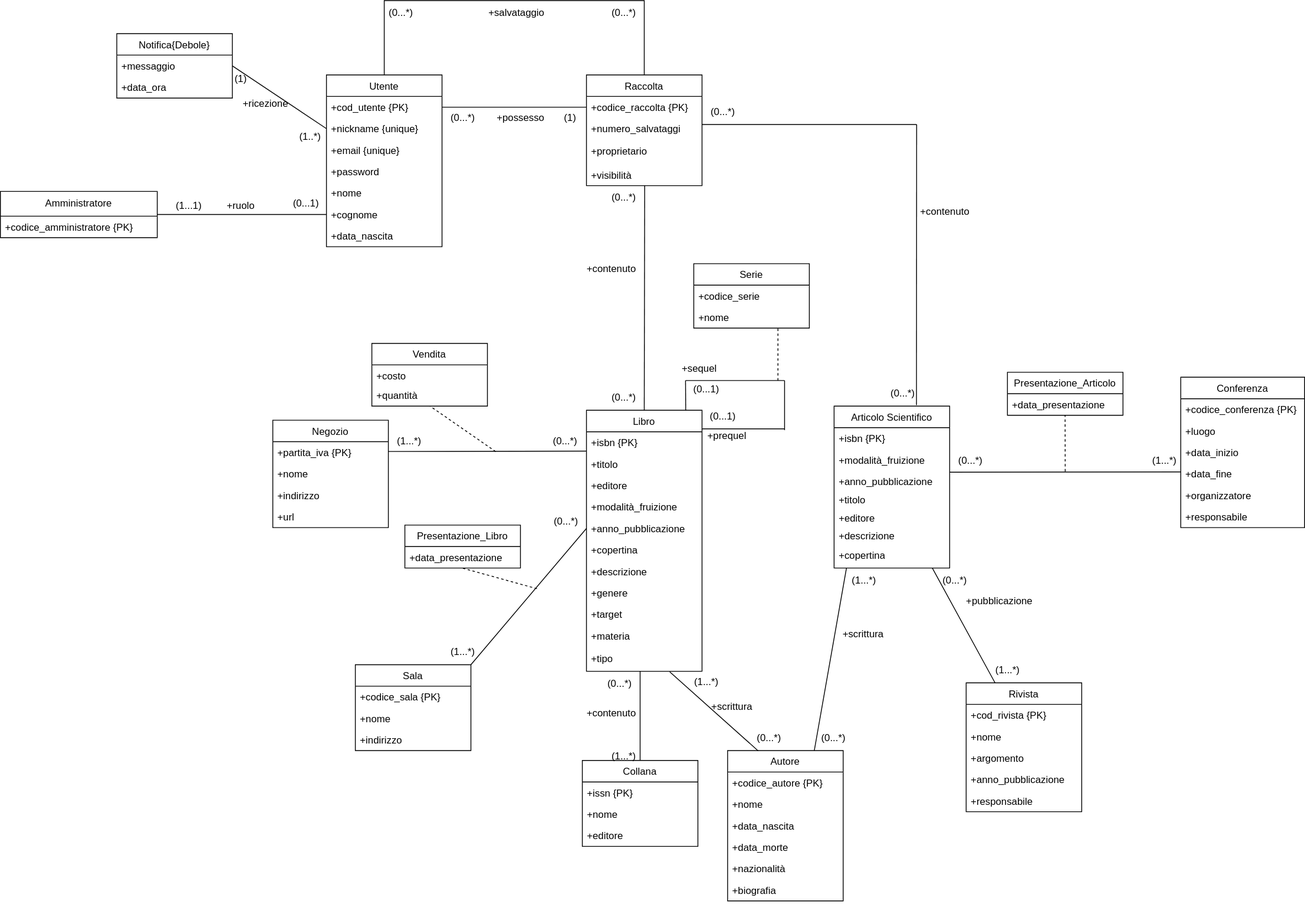
Before: progettazione_concettuale/Modello_Concettuale_Ristrutturato.drawio.svg, a diagram exported from draw.io (m3tt0/Progetto_OB_BASI). Source tidied: cells renumbered, new cells last; positions are measured from the earlier drawing's top-left corner, leaving out a move shared by most shapes.
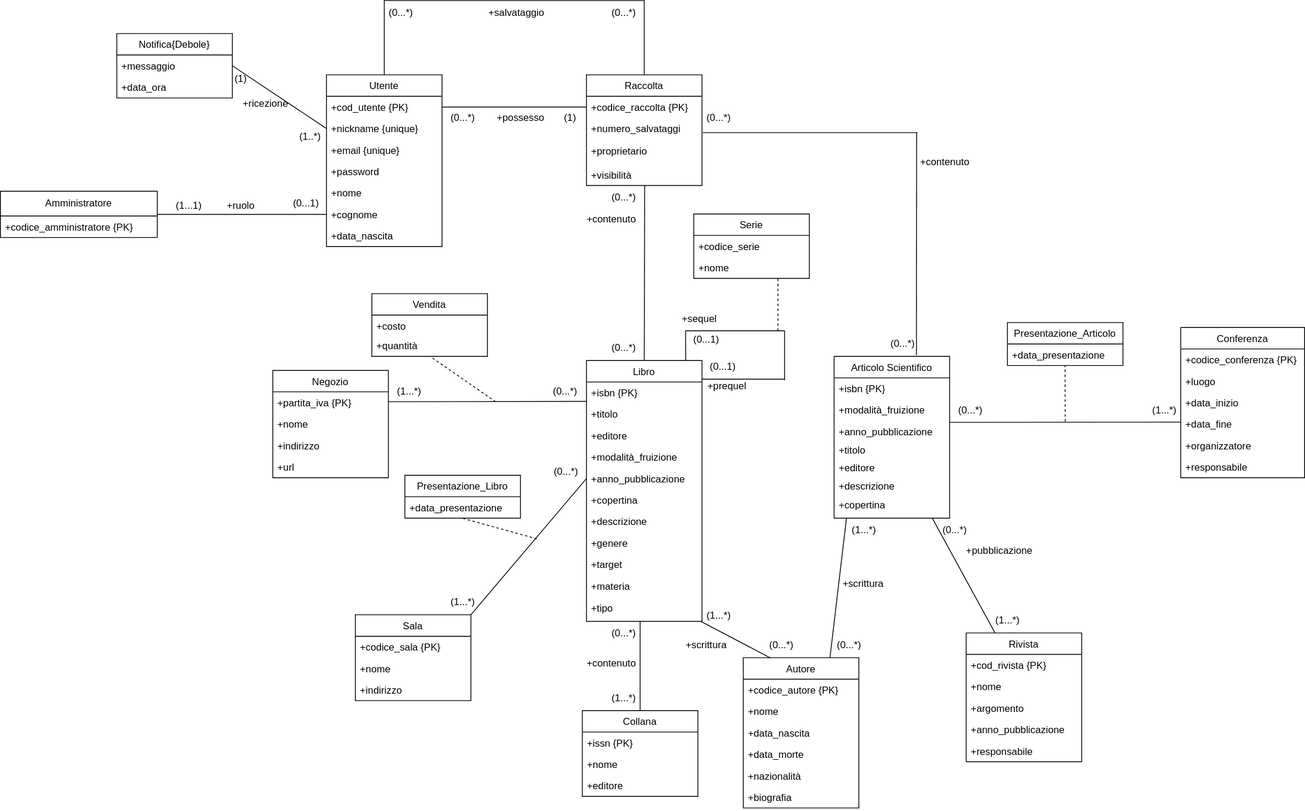
After the commit.

The edit, as a diff of the source:
```diff
@@ -84,7 +84,7 @@
       <mxGeometry y="166" width="140" height="30" as="geometry" />
     </mxCell>
     <mxCell id="29" value="Autore" style="swimlane;fontStyle=0;horizontal=1;startSize=26;fillColor=none;" parent="1" vertex="1">
-      <mxGeometry x="881" y="908" width="140" height="182" as="geometry" />
+      <mxGeometry x="900" y="856" width="140" height="182" as="geometry" />
     </mxCell>
     <mxCell id="30" value="+codice_autore {PK}" style="text;strokeColor=none;fillColor=none;align=left;verticalAlign=top;spacingLeft=4;spacingRight=4;overflow=hidden;fontStyle=0;" parent="29" vertex="1">
       <mxGeometry y="26" width="140" height="26" as="geometry" />
@@ -104,10 +104,8 @@
     <mxCell id="35" value="+biografia" style="text;strokeColor=none;fillColor=none;align=left;verticalAlign=top;spacingLeft=4;spacingRight=4;overflow=hidden;" parent="29" vertex="1">
       <mxGeometry y="156" width="140" height="26" as="geometry" />
     </mxCell>
-    <mxCell id="36" style="endArrow=none;html=1;rounded=0;entryX=0.25;entryY=1.01;entryDx=0;entryDy=0;exitX=0.756;exitY=1.022;exitDx=0;exitDy=0;entryPerimeter=0;exitPerimeter=0;" parent="1" edge="1" target="53">
-      <mxGeometry relative="1" as="geometry">
-        <mxPoint x="810.8" y="812.6" as="sourcePoint" />
-      </mxGeometry>
+    <mxCell id="36" style="endArrow=none;html=1;rounded=0;entryX=0.25;entryY=1.01;entryDx=0;entryDy=0;exitX=0.988;exitY=0.994;exitDx=0;exitDy=0;entryPerimeter=0;exitPerimeter=0;" parent="1" edge="1" source="13" target="53">
+      <mxGeometry relative="1" as="geometry" />
     </mxCell>
     <mxCell id="37" style="endArrow=none;html=1;rounded=0;entryX=0.75;entryY=0;entryDx=0;entryDy=0;exitX=0.08;exitY=0;exitDx=0;exitDy=0;exitPerimeter=0;" parent="1" edge="1" source="52" target="29">
       <mxGeometry relative="1" as="geometry" />
@@ -152,19 +150,19 @@
       <mxGeometry x="1160" y="712" width="100" height="30" as="geometry" />
     </mxCell>
     <mxCell id="51" value="(1...*)" style="text;html=1;align=center;verticalAlign=middle;strokeColor=none;fillColor=none;" parent="1" vertex="1">
-      <mxGeometry x="830" y="810" width="50" height="30" as="geometry" />
+      <mxGeometry x="845" y="790" width="50" height="30" as="geometry" />
     </mxCell>
     <mxCell id="52" value="(1...*)" style="text;html=1;align=center;verticalAlign=middle;points=[];strokeColor=none;fillColor=none;" parent="1" vertex="1">
       <mxGeometry x="1021" y="687" width="50" height="30" as="geometry" />
     </mxCell>
     <mxCell id="53" value="(0...*)" style="text;html=1;align=center;verticalAlign=middle;points=[];strokeColor=none;fillColor=none;rotation=0;" parent="1" vertex="1">
-      <mxGeometry x="905" y="878" width="52" height="30" as="geometry" />
+      <mxGeometry x="920" y="826" width="52" height="30" as="geometry" />
     </mxCell>
     <mxCell id="54" value="(0...*)" style="text;html=1;align=center;verticalAlign=middle;strokeColor=none;fillColor=none;rotation=0;" parent="1" vertex="1">
-      <mxGeometry x="983" y="878" width="52" height="30" as="geometry" />
+      <mxGeometry x="1002" y="826" width="52" height="30" as="geometry" />
     </mxCell>
     <mxCell id="55" value="+scrittura" style="text;html=1;align=center;verticalAlign=middle;strokeColor=none;fillColor=none;" parent="1" vertex="1">
-      <mxGeometry x="851" y="840" width="70" height="30" as="geometry" />
+      <mxGeometry x="820" y="826" width="70" height="30" as="geometry" />
     </mxCell>
     <mxCell id="56" value="+scrittura" style="text;html=1;align=center;verticalAlign=middle;strokeColor=none;fillColor=none;" parent="1" vertex="1">
       <mxGeometry x="1010" y="752" width="70" height="30" as="geometry" />
@@ -228,10 +226,10 @@
       <mxGeometry y="78" width="140" height="26" as="geometry" />
     </mxCell>
     <mxCell id="75" value="(1...*)" style="text;html=1;align=center;verticalAlign=middle;strokeColor=none;fillColor=none;" parent="1" vertex="1">
-      <mxGeometry x="730" y="900" width="50" height="30" as="geometry" />
+      <mxGeometry x="730" y="890" width="50" height="30" as="geometry" />
     </mxCell>
     <mxCell id="76" value="(0...*)" style="text;html=1;align=center;verticalAlign=middle;strokeColor=none;fillColor=none;" parent="1" vertex="1">
-      <mxGeometry x="725" y="812" width="50" height="30" as="geometry" />
+      <mxGeometry x="730" y="812" width="50" height="30" as="geometry" />
     </mxCell>
     <mxCell id="77" value="+contenuto" style="text;html=1;align=center;verticalAlign=middle;strokeColor=none;fillColor=none;rotation=0;" parent="1" vertex="1">
       <mxGeometry x="700" y="848" width="80" height="30" as="geometry" />
@@ -301,7 +299,7 @@
       <mxGeometry x="845" y="512" width="70" height="30" as="geometry" />
     </mxCell>
     <mxCell id="95" value="Utente" style="swimlane;fontStyle=0;horizontal=1;startSize=26;fillColor=none;" parent="1" vertex="1">
-      <mxGeometry x="395" y="90" width="140" height="208" as="geometry" />
+      <mxGeometry x="395" y="150" width="140" height="208" as="geometry" />
     </mxCell>
     <mxCell id="96" value="+cod_utente {PK}" style="text;strokeColor=none;fillColor=none;align=left;verticalAlign=top;spacingLeft=4;spacingRight=4;overflow=hidden;points=[[0,0.5],[1,0.5]];portConstraint=eastwest;fontStyle=0;" parent="95" vertex="1">
       <mxGeometry y="26" width="140" height="26" as="geometry" />
@@ -325,7 +323,7 @@
       <mxGeometry y="182" width="140" height="26" as="geometry" />
     </mxCell>
     <mxCell id="103" value="Amministratore" style="swimlane;fontStyle=0;horizontal=1;startSize=30;whiteSpace=wrap;html=1;" parent="1" vertex="1">
-      <mxGeometry y="231" width="190" height="56" as="geometry" />
+      <mxGeometry y="291" width="190" height="56" as="geometry" />
     </mxCell>
     <mxCell id="104" value="+codice_amministratore {PK}" style="text;strokeColor=none;fillColor=none;align=left;verticalAlign=top;spacingLeft=4;spacingRight=4;overflow=hidden;" parent="103" vertex="1">
       <mxGeometry y="30" width="190" height="26" as="geometry" />
@@ -334,7 +332,7 @@
       <mxGeometry relative="1" as="geometry" />
     </mxCell>
     <mxCell id="106" value="Notifica{Debole}" style="swimlane;fontStyle=0;horizontal=1;startSize=26;fillColor=none;" parent="1" vertex="1">
-      <mxGeometry x="141" y="40" width="140" height="78" as="geometry" />
+      <mxGeometry x="141" y="100" width="140" height="78" as="geometry" />
     </mxCell>
     <mxCell id="107" value="+messaggio" style="text;strokeColor=none;fillColor=none;align=left;verticalAlign=top;spacingLeft=4;spacingRight=4;overflow=hidden;points=[[0,0.5],[1,0.5]];portConstraint=eastwest;" parent="106" vertex="1">
       <mxGeometry y="26" width="140" height="26" as="geometry" />
@@ -343,19 +341,19 @@
       <mxGeometry y="52" width="140" height="26" as="geometry" />
     </mxCell>
     <mxCell id="109" value="(1)" style="text;html=1;align=center;verticalAlign=middle;strokeColor=none;fillColor=none;" parent="1" vertex="1">
-      <mxGeometry x="271" y="80" width="40" height="30" as="geometry" />
+      <mxGeometry x="271" y="140" width="40" height="30" as="geometry" />
     </mxCell>
     <mxCell id="110" value="(1..*)" style="text;html=1;align=center;verticalAlign=middle;strokeColor=none;fillColor=none;" parent="1" vertex="1">
-      <mxGeometry x="350" y="150" width="50" height="30" as="geometry" />
+      <mxGeometry x="350" y="210" width="50" height="30" as="geometry" />
     </mxCell>
     <mxCell id="111" value="+ricezione" style="text;html=1;align=center;verticalAlign=middle;strokeColor=none;fillColor=none;rotation=0;" parent="1" vertex="1">
-      <mxGeometry x="281" y="110" width="80" height="30" as="geometry" />
+      <mxGeometry x="281" y="170" width="80" height="30" as="geometry" />
     </mxCell>
     <mxCell id="112" style="endArrow=none;html=1;rounded=0;exitX=1;exitY=0.5;exitDx=0;exitDy=0;entryX=0;entryY=0.5;entryDx=0;entryDy=0;" parent="1" edge="1" source="103" target="101">
       <mxGeometry relative="1" as="geometry" />
     </mxCell>
     <mxCell id="113" value="Raccolta" style="swimlane;fontStyle=0;horizontal=1;startSize=26;fillColor=none;" parent="1" vertex="1">
-      <mxGeometry x="710" y="90" width="140" height="134" as="geometry" />
+      <mxGeometry x="710" y="150" width="140" height="134" as="geometry" />
     </mxCell>
     <mxCell id="114" value="+codice_raccolta {PK}" style="text;strokeColor=none;fillColor=none;align=left;verticalAlign=top;spacingLeft=4;spacingRight=4;overflow=hidden;points=[[0,0.5],[1,0.5]];portConstraint=eastwest;fontStyle=0;" parent="113" vertex="1">
       <mxGeometry y="26" width="140" height="26" as="geometry" />
@@ -373,31 +371,31 @@
       <mxGeometry relative="1" as="geometry" />
     </mxCell>
     <mxCell id="119" value="(1)" style="text;html=1;align=center;verticalAlign=middle;strokeColor=none;fillColor=none;" parent="1" vertex="1">
-      <mxGeometry x="670" y="127" width="40" height="30" as="geometry" />
+      <mxGeometry x="670" y="187" width="40" height="30" as="geometry" />
     </mxCell>
     <mxCell id="120" value="(0...*)" style="text;html=1;align=center;verticalAlign=middle;strokeColor=none;fillColor=none;" parent="1" vertex="1">
-      <mxGeometry x="535" y="127" width="50" height="30" as="geometry" />
+      <mxGeometry x="535" y="187" width="50" height="30" as="geometry" />
     </mxCell>
     <mxCell id="121" value="+possesso" style="text;html=1;align=center;verticalAlign=middle;strokeColor=none;fillColor=none;rotation=0;" parent="1" vertex="1">
-      <mxGeometry x="590" y="127" width="80" height="30" as="geometry" />
+      <mxGeometry x="590" y="187" width="80" height="30" as="geometry" />
     </mxCell>
     <mxCell id="122" style="endArrow=none;html=1;rounded=0;exitX=0.5;exitY=0;exitDx=0;exitDy=0;entryX=0.5;entryY=0;entryDx=0;entryDy=0;" parent="1" edge="1" source="95" target="113">
       <mxGeometry relative="1" as="geometry">
         <Array as="points">
-          <mxPoint x="465" />
-          <mxPoint x="676" />
-          <mxPoint x="780" />
+          <mxPoint x="465" y="60" />
+          <mxPoint x="676" y="60" />
+          <mxPoint x="780" y="60" />
         </Array>
       </mxGeometry>
     </mxCell>
     <mxCell id="123" value="(0...*)" style="text;html=1;align=center;verticalAlign=middle;strokeColor=none;fillColor=none;" parent="1" vertex="1">
-      <mxGeometry x="460" width="50" height="30" as="geometry" />
+      <mxGeometry x="460" y="60" width="50" height="30" as="geometry" />
     </mxCell>
     <mxCell id="124" value="(0...*)" style="text;html=1;align=center;verticalAlign=middle;strokeColor=none;fillColor=none;" parent="1" vertex="1">
-      <mxGeometry x="730" width="50" height="30" as="geometry" />
+      <mxGeometry x="730" y="60" width="50" height="30" as="geometry" />
     </mxCell>
     <mxCell id="125" value="+salvataggio" style="text;html=1;align=center;verticalAlign=middle;strokeColor=none;fillColor=none;rotation=0;" parent="1" vertex="1">
-      <mxGeometry x="580" width="90" height="30" as="geometry" />
+      <mxGeometry x="580" y="60" width="90" height="30" as="geometry" />
     </mxCell>
     <mxCell id="126" style="endArrow=none;html=1;rounded=0;entryX=0.504;entryY=0.996;entryDx=0;entryDy=0;entryPerimeter=0;exitX=0.5;exitY=0;exitDx=0;exitDy=0;" parent="1" edge="1" source="2" target="117">
       <mxGeometry relative="1" as="geometry" />
@@ -406,33 +404,33 @@
       <mxGeometry x="700" y="310" width="80" height="30" as="geometry" />
     </mxCell>
     <mxCell id="128" value="(0...*)" style="text;html=1;align=center;verticalAlign=middle;strokeColor=none;fillColor=none;" parent="1" vertex="1">
-      <mxGeometry x="730" y="224" width="50" height="30" as="geometry" />
+      <mxGeometry x="730" y="284" width="50" height="30" as="geometry" />
     </mxCell>
     <mxCell id="129" value="(0...1)" style="text;html=1;align=center;verticalAlign=middle;strokeColor=none;fillColor=none;" parent="1" vertex="1">
-      <mxGeometry x="345" y="231" width="50" height="30" as="geometry" />
+      <mxGeometry x="345" y="291" width="50" height="30" as="geometry" />
     </mxCell>
     <mxCell id="130" value="(1...1)" style="text;html=1;align=center;verticalAlign=middle;strokeColor=none;fillColor=none;" parent="1" vertex="1">
-      <mxGeometry x="203" y="234" width="50" height="30" as="geometry" />
+      <mxGeometry x="203" y="294" width="50" height="30" as="geometry" />
     </mxCell>
     <mxCell id="131" value="+ruolo" style="text;html=1;align=center;verticalAlign=middle;strokeColor=none;fillColor=none;" parent="1" vertex="1">
-      <mxGeometry x="261" y="234" width="60" height="30" as="geometry" />
+      <mxGeometry x="261" y="294" width="60" height="30" as="geometry" />
     </mxCell>
     <mxCell id="132" style="endArrow=none;html=1;rounded=0;" parent="1" edge="1">
       <mxGeometry relative="1" as="geometry">
-        <mxPoint x="850" y="150" as="sourcePoint" />
-        <mxPoint x="1110" y="150" as="targetPoint" />
+        <mxPoint x="851" y="220" as="sourcePoint" />
+        <mxPoint x="1111" y="220" as="targetPoint" />
       </mxGeometry>
     </mxCell>
     <mxCell id="133" style="endArrow=none;html=1;rounded=0;entryX=0.713;entryY=-0.007;entryDx=0;entryDy=0;entryPerimeter=0;" parent="1" edge="1" target="21">
       <mxGeometry relative="1" as="geometry">
-        <mxPoint x="1110" y="150" as="sourcePoint" />
+        <mxPoint x="1110" y="220" as="sourcePoint" />
       </mxGeometry>
     </mxCell>
     <mxCell id="134" value="(0...*)" style="text;html=1;align=center;verticalAlign=middle;strokeColor=none;fillColor=none;" parent="1" vertex="1">
       <mxGeometry x="730" y="466" width="50" height="30" as="geometry" />
     </mxCell>
     <mxCell id="135" value="(0...*)" style="text;html=1;align=center;verticalAlign=middle;strokeColor=none;fillColor=none;" parent="1" vertex="1">
-      <mxGeometry x="850" y="120" width="50" height="30" as="geometry" />
+      <mxGeometry x="845" y="187" width="50" height="30" as="geometry" />
     </mxCell>
     <mxCell id="136" value="(0...*)" style="text;html=1;align=center;verticalAlign=middle;strokeColor=none;fillColor=none;" parent="1" vertex="1">
       <mxGeometry x="1068" y="461" width="50" height="30" as="geometry" />
```
